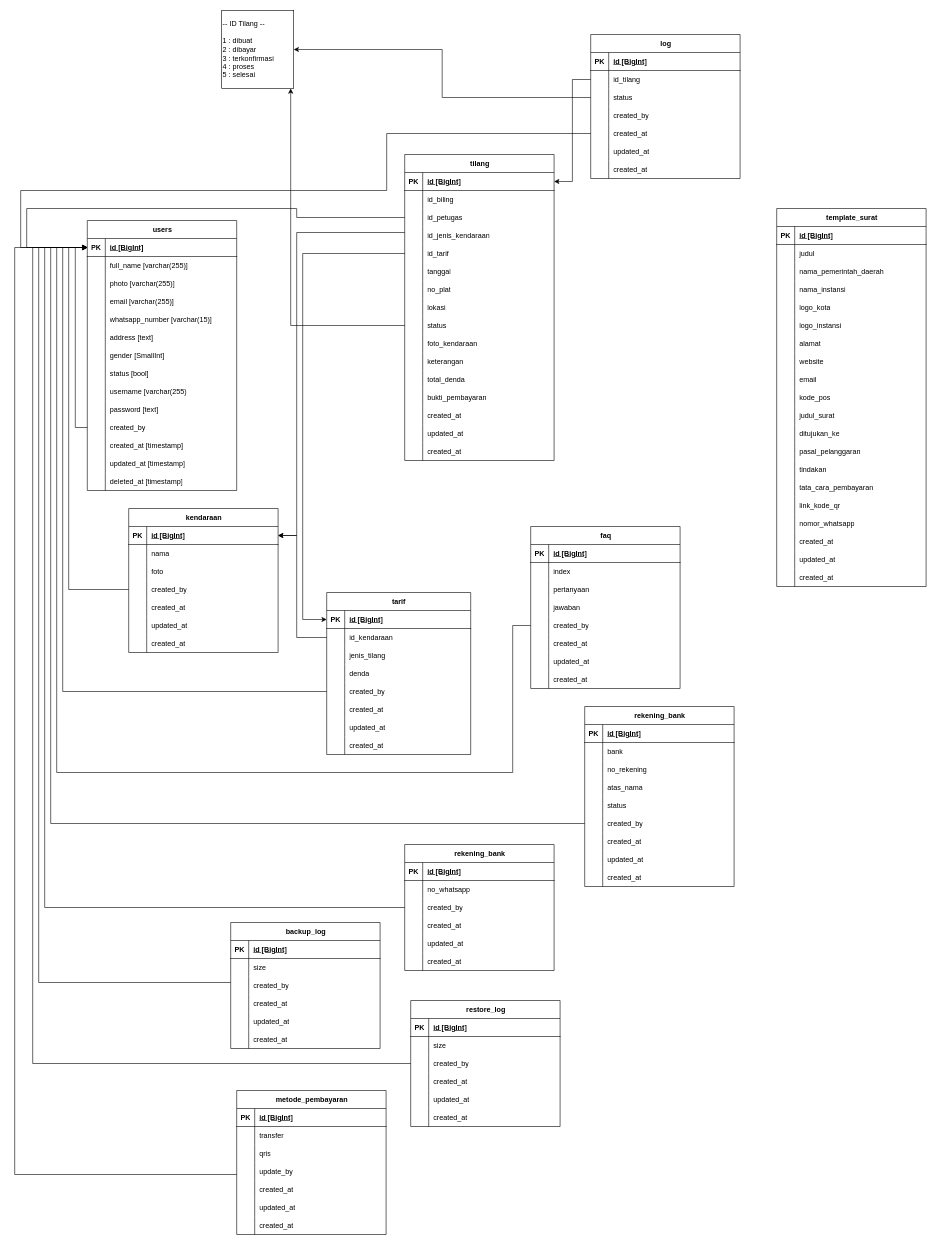
Above: Gembok Fun Teknologi.drawio in rezalmp7/dbms_gembok (draw.io), before the change. Source tidied: cells renumbered, new cells numbered last; positions are measured from the earlier drawing's top-left corner, leaving out a move shared by most shapes. Both pictures are drawn from the tidied source at 60%, with x=0, y=0 at pixel (14, 10).
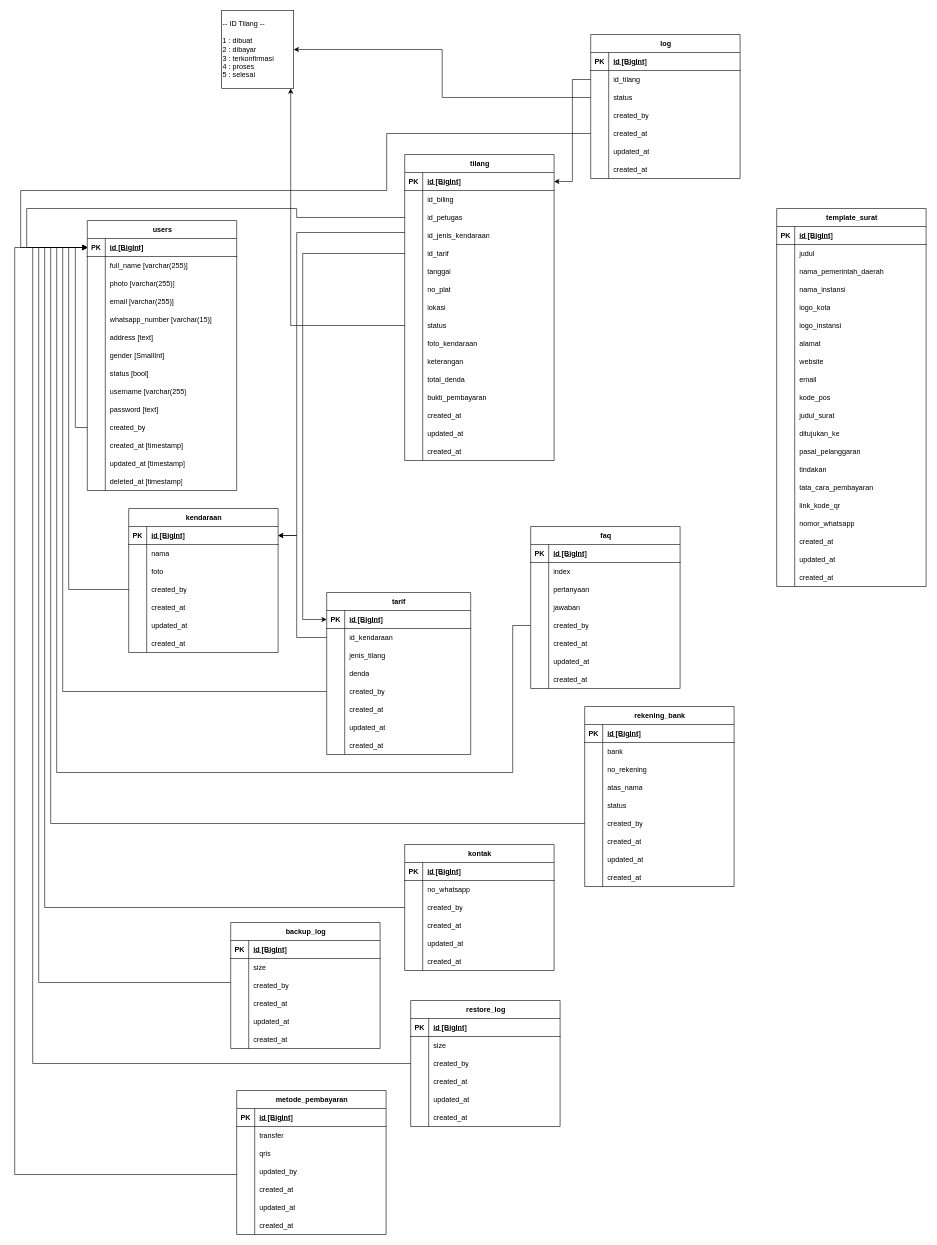
The same diagram, later.

Unchanged cells that the change refers to:
```xml
<mxCell id="361" style="shape=tableRow;horizontal=0;startSize=0;swimlaneHead=0;swimlaneBody=0;fillColor=none;points=[[0,0.5],[1,0.5]];portConstraint=eastwest;top=0;left=0;right=0;bottom=0;" parent="351" vertex="1">
  <mxGeometry y="120" width="249" height="30" as="geometry" />
</mxCell>
```

Diff of the diagram source:
```diff
@@
-    <mxCell id="291" value="rekening_bank" style="shape=table;startSize=30;childLayout=tableLayout;rowLines=0;fontStyle=1;align=center;html=1;" parent="1" vertex="1">
+    <mxCell id="291" value="kon&lt;span style=&quot;background-color: initial;&quot;&gt;tak&lt;/span&gt;" style="shape=table;startSize=30;childLayout=tableLayout;rowLines=0;fontStyle=1;align=center;html=1;" parent="1" vertex="1">
       <mxGeometry x="650" y="1390" width="249" height="210" as="geometry" />
     </mxCell>
@@
-    <mxCell id="363" value="update_by" style="shape=partialRectangle;fillColor=none;top=0;left=0;bottom=0;right=0;align=left;spacingLeft=6;overflow=hidden;whiteSpace=wrap;html=1;" parent="361" vertex="1">
+    <mxCell id="363" value="updated_by" style="shape=partialRectangle;fillColor=none;top=0;left=0;bottom=0;right=0;align=left;spacingLeft=6;overflow=hidden;whiteSpace=wrap;html=1;" parent="361" vertex="1">
       <mxGeometry x="30" width="219" height="30" as="geometry" />
     </mxCell>
```
